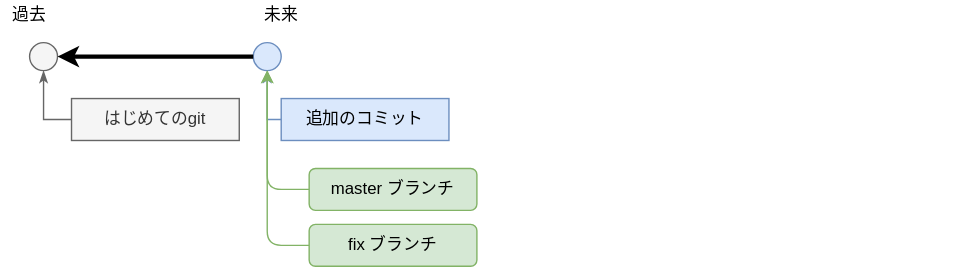
Earlier version of the draw.io export src/development/git/images/git_second_commit.drawio.svg (k-toida/bootcamp). Source tidied: cells renumbered, new cells last; positions are measured from the earlier drawing's top-left corner, leaving out a move shared by most shapes. Source of this version:
```xml
<mxGraphModel>
  <root>
    <mxCell id="0" />
    <mxCell id="1" parent="0" />
    <mxCell id="2" value="master ブランチ" style="rounded=1;whiteSpace=wrap;html=1;fillColor=#d5e8d4;strokeColor=#82b366;" parent="1" vertex="1">
      <mxGeometry x="220" y="120" width="120" height="30" as="geometry" />
    </mxCell>
    <mxCell id="3" style="edgeStyle=orthogonalEdgeStyle;rounded=0;orthogonalLoop=1;jettySize=auto;html=1;exitX=0.5;exitY=1;exitDx=0;exitDy=0;" parent="1" edge="1">
      <mxGeometry relative="1" as="geometry">
        <mxPoint x="680" y="50" as="sourcePoint" />
        <mxPoint x="680" y="50" as="targetPoint" />
      </mxGeometry>
    </mxCell>
    <mxCell id="4" value="fix ブランチ" style="rounded=1;whiteSpace=wrap;html=1;fillColor=#d5e8d4;strokeColor=#82b366;" parent="1" vertex="1">
      <mxGeometry x="220" y="160" width="120" height="30" as="geometry" />
    </mxCell>
    <mxCell id="5" value="過去" style="text;html=1;strokeColor=none;fillColor=none;align=center;verticalAlign=middle;whiteSpace=wrap;rounded=0;" parent="1" vertex="1">
      <mxGeometry width="40" height="20" as="geometry" />
    </mxCell>
    <mxCell id="6" value="未来" style="text;html=1;strokeColor=none;fillColor=none;align=center;verticalAlign=middle;whiteSpace=wrap;rounded=0;" parent="1" vertex="1">
      <mxGeometry x="180" width="40" height="20" as="geometry" />
    </mxCell>
    <mxCell id="7" style="group;" parent="1" vertex="1">
      <mxGeometry x="20" y="30" width="300" height="70" as="geometry" />
    </mxCell>
    <mxCell id="8" style="ellipse;whiteSpace=wrap;html=1;fillColor=#f5f5f5;strokeColor=#666666;fontColor=#333333;" parent="7" vertex="1">
      <mxGeometry width="20" height="20" as="geometry" />
    </mxCell>
    <mxCell id="9" value="はじめてのgit" style="rounded=0;whiteSpace=wrap;html=1;fillColor=#f5f5f5;strokeColor=#666666;fontColor=#333333;" parent="7" vertex="1">
      <mxGeometry x="30" y="40" width="120" height="30" as="geometry" />
    </mxCell>
    <mxCell id="10" style="endArrow=classicThin;html=1;strokeWidth=1;exitX=0;exitY=0.5;exitDx=0;exitDy=0;entryX=0.5;entryY=1;entryDx=0;entryDy=0;rounded=0;fillColor=#f5f5f5;strokeColor=#666666;endFill=1;" parent="7" edge="1" source="9" target="8">
      <mxGeometry relative="1" as="geometry">
        <Array as="points">
          <mxPoint x="10" y="55" />
        </Array>
      </mxGeometry>
    </mxCell>
    <mxCell id="11" style="ellipse;whiteSpace=wrap;html=1;fillColor=#dae8fc;strokeColor=#6c8ebf;" parent="7" vertex="1">
      <mxGeometry x="160" width="20" height="20" as="geometry" />
    </mxCell>
    <mxCell id="12" style="endArrow=classic;html=1;strokeWidth=3;entryX=1;entryY=0.5;entryDx=0;entryDy=0;exitX=0;exitY=0.5;exitDx=0;exitDy=0;endFill=1;" parent="7" edge="1" source="11" target="8">
      <mxGeometry relative="1" as="geometry" />
    </mxCell>
    <mxCell id="13" value="追加のコミット" style="rounded=0;whiteSpace=wrap;html=1;fillColor=#dae8fc;strokeColor=#6c8ebf;" parent="7" vertex="1">
      <mxGeometry x="180" y="40" width="120" height="30" as="geometry" />
    </mxCell>
    <mxCell id="14" style="endArrow=classicThin;html=1;strokeWidth=1;exitX=0;exitY=0.5;exitDx=0;exitDy=0;entryX=0.5;entryY=1;entryDx=0;entryDy=0;rounded=0;fillColor=#dae8fc;strokeColor=#6c8ebf;endFill=1;" parent="7" edge="1" source="13">
      <mxGeometry relative="1" as="geometry">
        <mxPoint x="170" y="20" as="targetPoint" />
        <Array as="points">
          <mxPoint x="170" y="55" />
        </Array>
      </mxGeometry>
    </mxCell>
    <mxCell id="15" style="endArrow=classic;html=1;entryX=0.5;entryY=1;entryDx=0;entryDy=0;exitX=0;exitY=0.5;exitDx=0;exitDy=0;fillColor=#d5e8d4;strokeColor=#82b366;" parent="1" edge="1" source="2" target="11">
      <mxGeometry relative="1" as="geometry">
        <Array as="points">
          <mxPoint x="190" y="135" />
        </Array>
      </mxGeometry>
    </mxCell>
    <mxCell id="16" style="endArrow=classic;html=1;entryX=0.5;entryY=1;entryDx=0;entryDy=0;exitX=0;exitY=0.5;exitDx=0;exitDy=0;fillColor=#d5e8d4;strokeColor=#82b366;" parent="1" edge="1" source="4" target="11">
      <mxGeometry relative="1" as="geometry">
        <Array as="points">
          <mxPoint x="190" y="175" />
        </Array>
      </mxGeometry>
    </mxCell>
  </root>
</mxGraphModel>
```
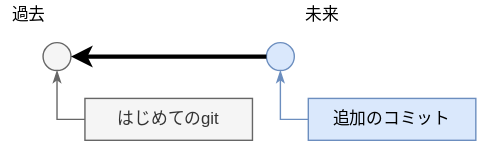
After the commit.

Change to the diagram source:
```diff
@@ -2,70 +2,41 @@
   <root>
     <mxCell id="0" />
     <mxCell id="1" parent="0" />
-    <mxCell id="2" value="master ブランチ" style="rounded=1;whiteSpace=wrap;html=1;fillColor=#d5e8d4;strokeColor=#82b366;" parent="1" vertex="1">
-      <mxGeometry x="220" y="120" width="120" height="30" as="geometry" />
-    </mxCell>
-    <mxCell id="3" style="edgeStyle=orthogonalEdgeStyle;rounded=0;orthogonalLoop=1;jettySize=auto;html=1;exitX=0.5;exitY=1;exitDx=0;exitDy=0;" parent="1" edge="1">
-      <mxGeometry relative="1" as="geometry">
-        <mxPoint x="680" y="50" as="sourcePoint" />
-        <mxPoint x="680" y="50" as="targetPoint" />
-      </mxGeometry>
-    </mxCell>
-    <mxCell id="4" value="fix ブランチ" style="rounded=1;whiteSpace=wrap;html=1;fillColor=#d5e8d4;strokeColor=#82b366;" parent="1" vertex="1">
-      <mxGeometry x="220" y="160" width="120" height="30" as="geometry" />
-    </mxCell>
-    <mxCell id="5" value="過去" style="text;html=1;strokeColor=none;fillColor=none;align=center;verticalAlign=middle;whiteSpace=wrap;rounded=0;" parent="1" vertex="1">
-      <mxGeometry width="40" height="20" as="geometry" />
-    </mxCell>
-    <mxCell id="6" value="未来" style="text;html=1;strokeColor=none;fillColor=none;align=center;verticalAlign=middle;whiteSpace=wrap;rounded=0;" parent="1" vertex="1">
-      <mxGeometry x="180" width="40" height="20" as="geometry" />
-    </mxCell>
-    <mxCell id="7" style="group;" parent="1" vertex="1">
-      <mxGeometry x="20" y="30" width="300" height="70" as="geometry" />
-    </mxCell>
-    <mxCell id="8" style="ellipse;whiteSpace=wrap;html=1;fillColor=#f5f5f5;strokeColor=#666666;fontColor=#333333;" parent="7" vertex="1">
-      <mxGeometry width="20" height="20" as="geometry" />
+    <mxCell id="8" style="ellipse;whiteSpace=wrap;html=1;fillColor=#f5f5f5;strokeColor=#666666;fontColor=#333333;" parent="1" vertex="1">
+      <mxGeometry x="50" width="20" height="20" as="geometry" />
     </mxCell>
-    <mxCell id="9" value="はじめてのgit" style="rounded=0;whiteSpace=wrap;html=1;fillColor=#f5f5f5;strokeColor=#666666;fontColor=#333333;" parent="7" vertex="1">
-      <mxGeometry x="30" y="40" width="120" height="30" as="geometry" />
+    <mxCell id="9" value="はじめてのgit" style="rounded=0;whiteSpace=wrap;html=1;fillColor=#f5f5f5;strokeColor=#666666;fontColor=#333333;" parent="1" vertex="1">
+      <mxGeometry x="80" y="40" width="120" height="30" as="geometry" />
     </mxCell>
-    <mxCell id="10" style="endArrow=classicThin;html=1;strokeWidth=1;exitX=0;exitY=0.5;exitDx=0;exitDy=0;entryX=0.5;entryY=1;entryDx=0;entryDy=0;rounded=0;fillColor=#f5f5f5;strokeColor=#666666;endFill=1;" parent="7" edge="1" source="9" target="8">
+    <mxCell id="10" style="endArrow=classicThin;html=1;strokeWidth=1;exitX=0;exitY=0.5;exitDx=0;exitDy=0;entryX=0.5;entryY=1;entryDx=0;entryDy=0;rounded=0;fillColor=#f5f5f5;strokeColor=#666666;endFill=1;" parent="1" edge="1" source="9" target="8">
       <mxGeometry relative="1" as="geometry">
         <Array as="points">
-          <mxPoint x="10" y="55" />
+          <mxPoint x="60" y="55" />
         </Array>
       </mxGeometry>
     </mxCell>
-    <mxCell id="11" style="ellipse;whiteSpace=wrap;html=1;fillColor=#dae8fc;strokeColor=#6c8ebf;" parent="7" vertex="1">
-      <mxGeometry x="160" width="20" height="20" as="geometry" />
+    <mxCell id="11" style="ellipse;whiteSpace=wrap;html=1;fillColor=#dae8fc;strokeColor=#6c8ebf;" parent="1" vertex="1">
+      <mxGeometry x="210" width="20" height="20" as="geometry" />
     </mxCell>
-    <mxCell id="12" style="endArrow=classic;html=1;strokeWidth=3;entryX=1;entryY=0.5;entryDx=0;entryDy=0;exitX=0;exitY=0.5;exitDx=0;exitDy=0;endFill=1;" parent="7" edge="1" source="11" target="8">
+    <mxCell id="12" style="endArrow=classic;html=1;strokeWidth=3;entryX=1;entryY=0.5;entryDx=0;entryDy=0;exitX=0;exitY=0.5;exitDx=0;exitDy=0;endFill=1;" parent="1" edge="1" source="11" target="8">
       <mxGeometry relative="1" as="geometry" />
     </mxCell>
+    <mxCell id="5" value="過去" style="text;html=1;strokeColor=none;fillColor=none;align=center;verticalAlign=middle;whiteSpace=wrap;rounded=0;" parent="1" vertex="1">
+      <mxGeometry x="20" y="-30" width="40" height="20" as="geometry" />
+    </mxCell>
+    <mxCell id="6" value="未来" style="text;html=1;strokeColor=none;fillColor=none;align=center;verticalAlign=middle;whiteSpace=wrap;rounded=0;" parent="1" vertex="1">
+      <mxGeometry x="230" y="-30" width="40" height="20" as="geometry" />
+    </mxCell>
-    <mxCell id="13" value="追加のコミット" style="rounded=0;whiteSpace=wrap;html=1;fillColor=#dae8fc;strokeColor=#6c8ebf;" parent="7" vertex="1">
-      <mxGeometry x="180" y="40" width="120" height="30" as="geometry" />
+    <mxCell id="13" value="追加のコミット" style="rounded=0;whiteSpace=wrap;html=1;fillColor=#dae8fc;strokeColor=#6c8ebf;" parent="1" vertex="1">
+      <mxGeometry x="240" y="40" width="120" height="30" as="geometry" />
     </mxCell>
-    <mxCell id="14" style="endArrow=classicThin;html=1;strokeWidth=1;exitX=0;exitY=0.5;exitDx=0;exitDy=0;entryX=0.5;entryY=1;entryDx=0;entryDy=0;rounded=0;fillColor=#dae8fc;strokeColor=#6c8ebf;endFill=1;" parent="7" edge="1" source="13">
+    <mxCell id="14" style="endArrow=classicThin;html=1;strokeWidth=1;exitX=0;exitY=0.5;exitDx=0;exitDy=0;entryX=0.5;entryY=1;entryDx=0;entryDy=0;rounded=0;fillColor=#dae8fc;strokeColor=#6c8ebf;endFill=1;" parent="1" edge="1" source="13">
       <mxGeometry relative="1" as="geometry">
-        <mxPoint x="170" y="20" as="targetPoint" />
+        <mxPoint x="220" y="20" as="targetPoint" />
         <Array as="points">
-          <mxPoint x="170" y="55" />
+          <mxPoint x="220" y="55" />
         </Array>
       </mxGeometry>
     </mxCell>
-    <mxCell id="15" style="endArrow=classic;html=1;entryX=0.5;entryY=1;entryDx=0;entryDy=0;exitX=0;exitY=0.5;exitDx=0;exitDy=0;fillColor=#d5e8d4;strokeColor=#82b366;" parent="1" edge="1" source="2" target="11">
-      <mxGeometry relative="1" as="geometry">
-        <Array as="points">
-          <mxPoint x="190" y="135" />
-        </Array>
-      </mxGeometry>
-    </mxCell>
-    <mxCell id="16" style="endArrow=classic;html=1;entryX=0.5;entryY=1;entryDx=0;entryDy=0;exitX=0;exitY=0.5;exitDx=0;exitDy=0;fillColor=#d5e8d4;strokeColor=#82b366;" parent="1" edge="1" source="4" target="11">
-      <mxGeometry relative="1" as="geometry">
-        <Array as="points">
-          <mxPoint x="190" y="175" />
-        </Array>
-      </mxGeometry>
-    </mxCell>
   </root>
 </mxGraphModel>
```
